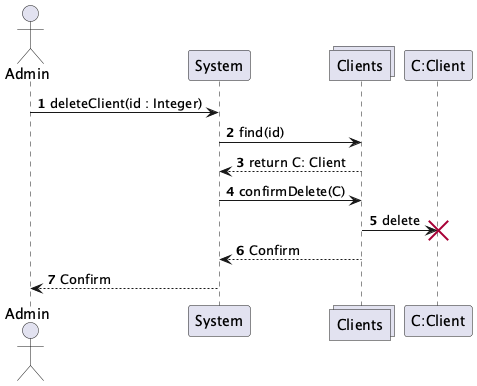
vibqetowi/soen-342-project keeps this PlantUML diagram as UML-Diagrams/Interaction/Admin/Admin-Interaction-Diagrams_002.png. Above is the earlier version. Source of this version:
```plantuml
@startuml
actor Admin
participant System
collections Clients
participant "C:Client"
autonumber

Admin -> System : deleteClient(id : Integer)
System -> Clients : find(id)
Clients --> System : return C: Client
System -> Clients : confirmDelete(C)
Clients -> "C:Client" !! : delete
Clients --> System : Confirm
System --> Admin : Confirm

@enduml
```
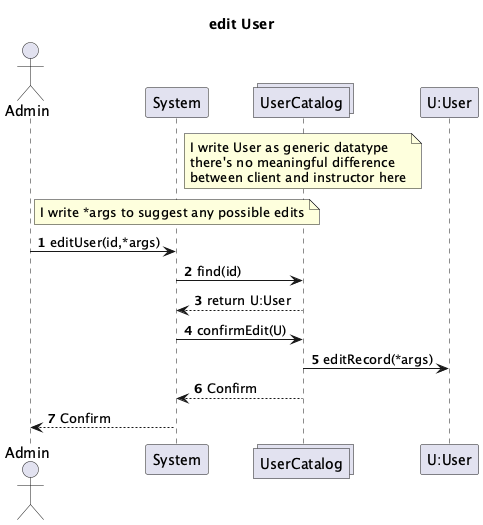
The same file after the commit.

What changed in the source:
```diff
@@ -1,16 +1,29 @@
 @startuml
 actor Admin
 participant System
-collections Clients
-participant "C:Client"
+collections UserCatalog
+participant "U:User"
+
+note over of UserCatalog
+I write User as generic datatype
+there's no meaningful difference
+between client and instructor here
+end note
+
+note over of System
+I write *args to suggest any possible edits
+end note
+
+title edit User
+
 autonumber
 
-Admin -> System : deleteClient(id : Integer)
-System -> Clients : find(id)
-Clients --> System : return C: Client
-System -> Clients : confirmDelete(C)
-Clients -> "C:Client" !! : delete
-Clients --> System : Confirm
+Admin -> System : editUser(id,*args)
+System -> UserCatalog : find(id)
+UserCatalog --> System : return U:User
+System -> UserCatalog : confirmEdit(U)
+UserCatalog -> "U:User": editRecord(*args)
+UserCatalog --> System : Confirm
 System --> Admin : Confirm
 
 @enduml
```
